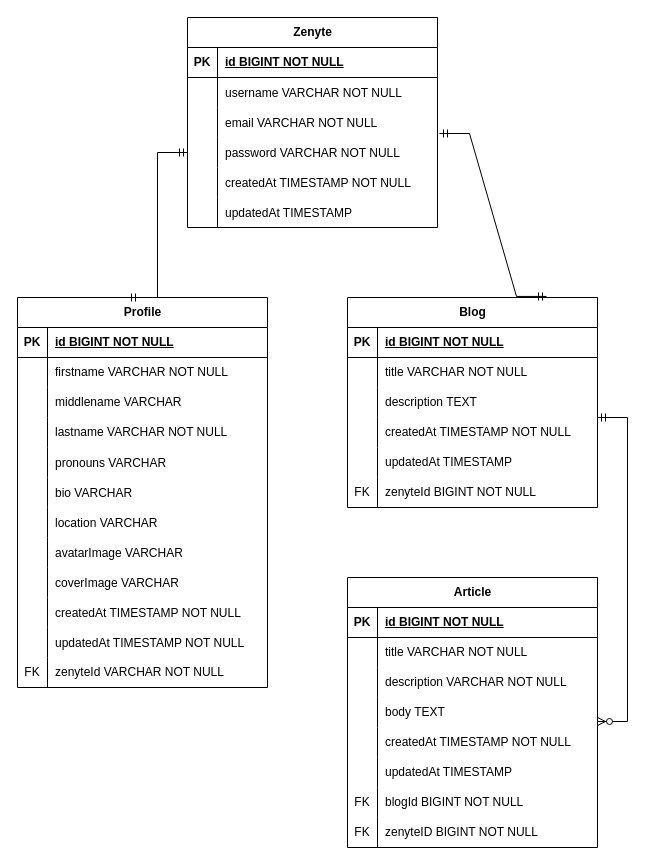
The draw.io diagram doc/database.drawio in andrea-ragalzi/vegarden, before the edit. Source tidied: cells renumbered, new cells numbered last; positions are measured from the earlier drawing's top-left corner, leaving out a move shared by most shapes. Both pictures are drawn from the tidied source at 100%, with x=0, y=0 at pixel (17, 17).
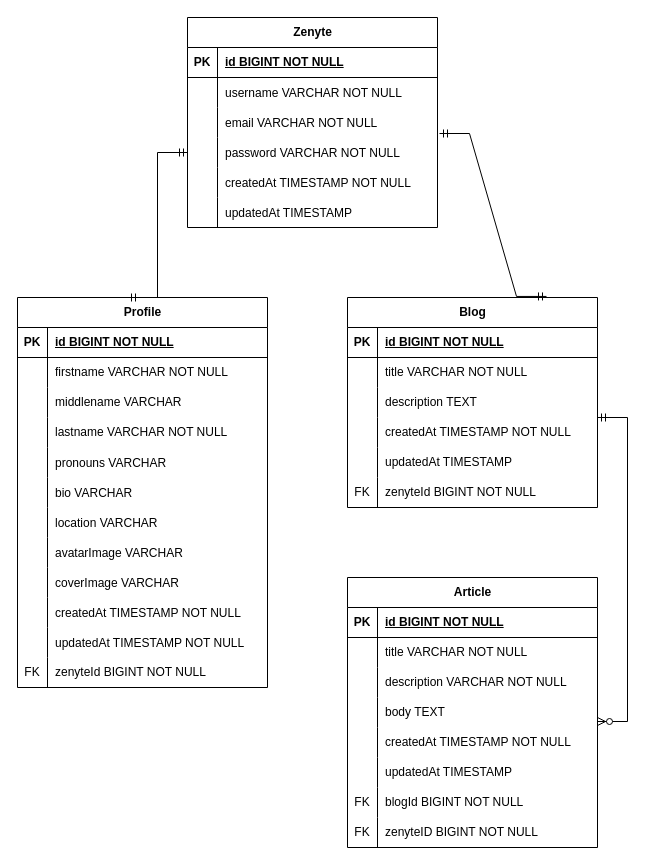
The same diagram, later.

Commit message:
fixed zenyteId type in Profile

The change refers to these unchanged cells:
```xml
<mxCell id="55" style="shape=tableRow;horizontal=0;startSize=0;swimlaneHead=0;swimlaneBody=0;fillColor=none;top=0;left=0;right=0;bottom=0;" parent="21" vertex="1">
  <mxGeometry y="360" width="250" height="30" as="geometry" />
</mxCell>
```

Diff of the diagram source:
```diff
@@
-    <mxCell id="57" value="zenyteId VARCHAR NOT NULL" style="shape=partialRectangle;fillColor=none;top=0;left=0;bottom=0;right=0;align=left;spacingLeft=6;fontStyle=0;overflow=hidden;whiteSpace=wrap;html=1;" parent="55" vertex="1">
+    <mxCell id="57" value="zenyteId BIGINT NOT NULL" style="shape=partialRectangle;fillColor=none;top=0;left=0;bottom=0;right=0;align=left;spacingLeft=6;fontStyle=0;overflow=hidden;whiteSpace=wrap;html=1;" parent="55" vertex="1">
       <mxGeometry x="30" width="220" height="30" as="geometry" />
     </mxCell>
```
